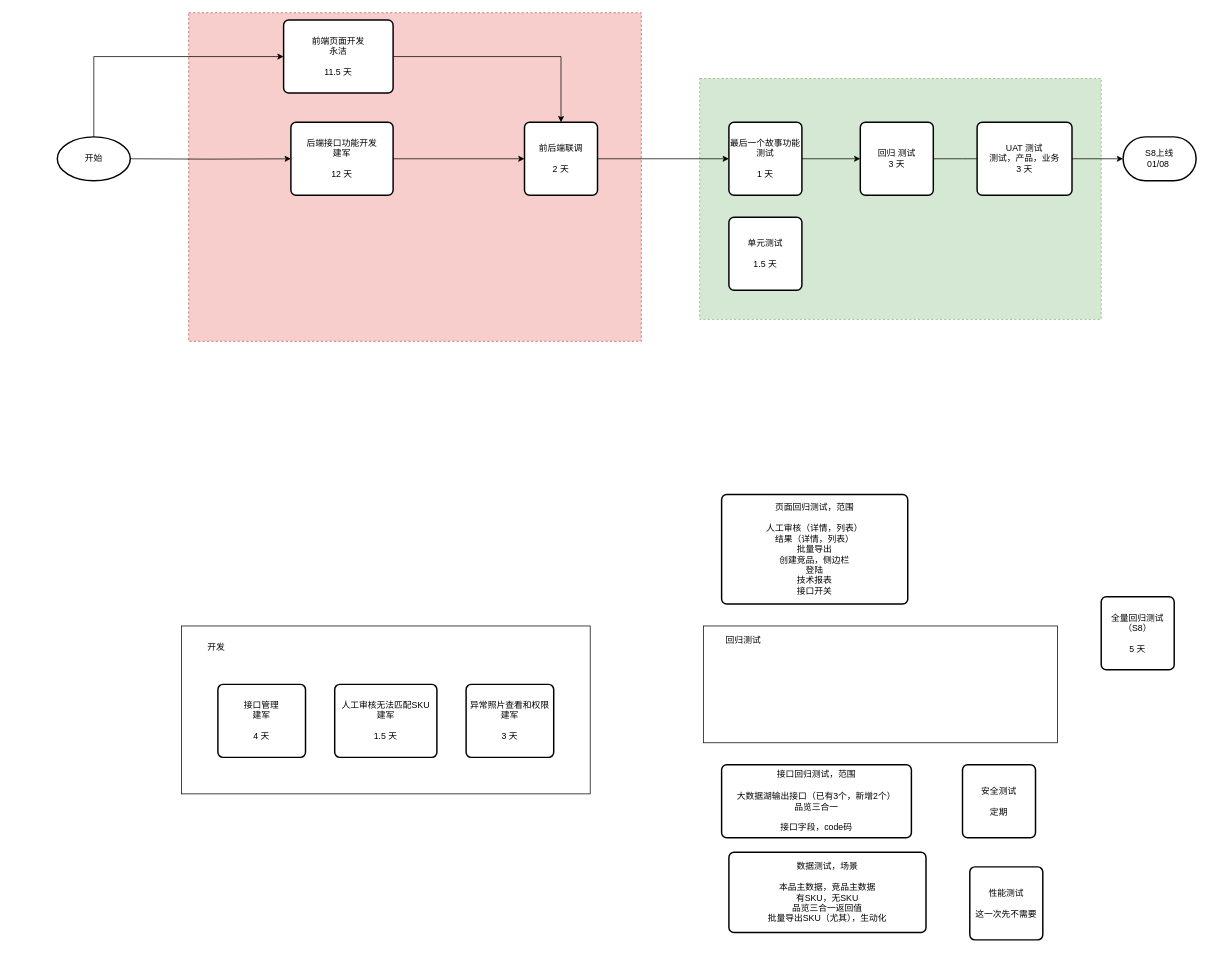
Earlier version of the draw.io diagram page "Copy of 图像中台S8-关键路径" (3 of 3) of Untitled Diagram.drawio (xiaofeng1986/drawIO). Source tidied: cells renumbered, new cells numbered last; positions are measured from the earlier drawing's top-left corner, leaving out a move shared by most shapes. Both pictures are drawn from the tidied source at 73%, with x=0, y=0 at pixel (13, 12).
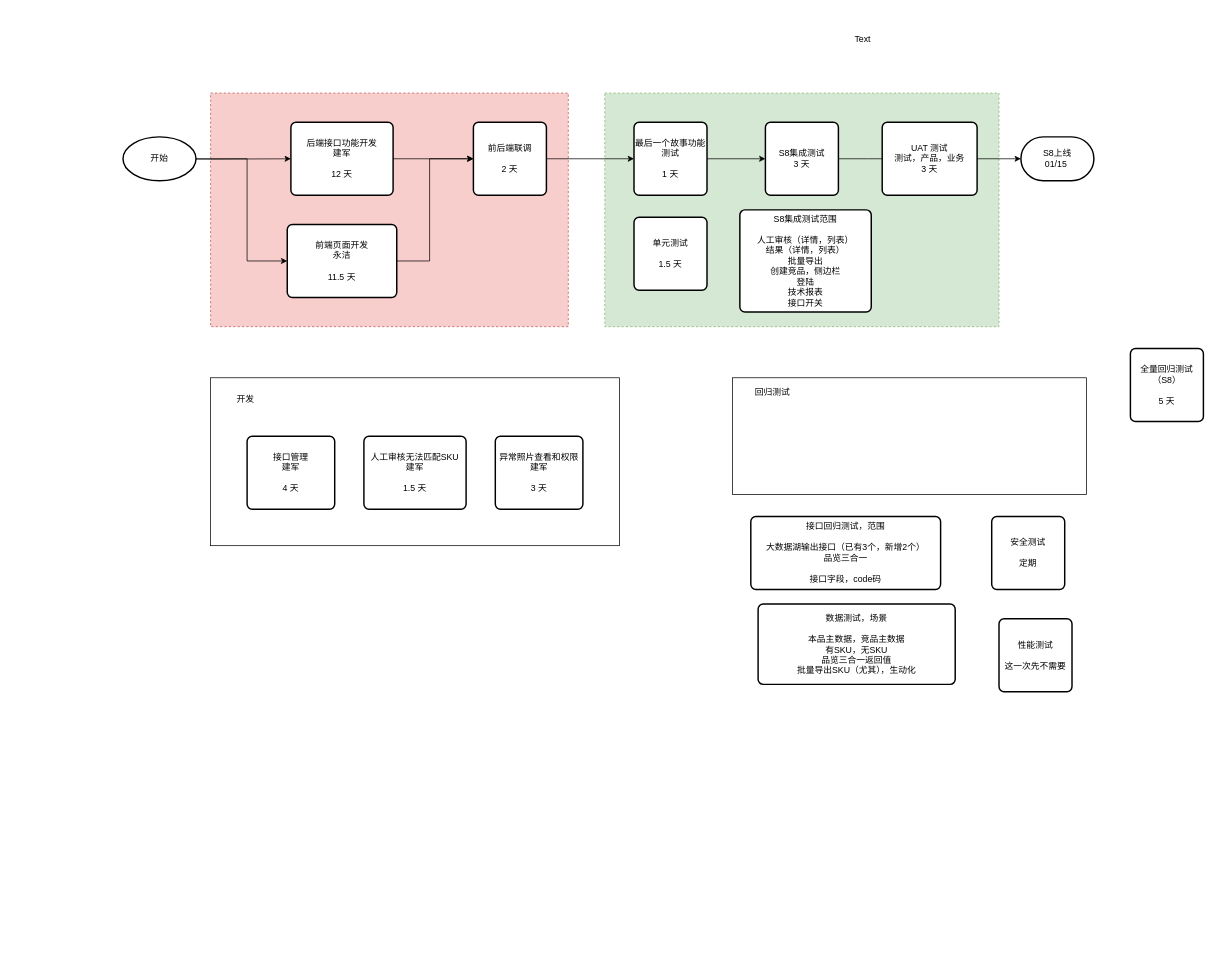
The same page after the edit.

Commit message:
更正S8集成测试范围

The edit, as a diff of the source:
```diff
@@
     <mxCell id="2" style="rounded=0;whiteSpace=wrap;html=1;" parent="1" vertex="1">
-      <mxGeometry x="230" y="840" width="560" height="230" as="geometry" />
+      <mxGeometry x="270" y="500" width="560" height="230" as="geometry" />
     </mxCell>
     <mxCell id="3" style="rounded=0;whiteSpace=wrap;html=1;" parent="1" vertex="1">
-      <mxGeometry x="945" y="840" width="485" height="160" as="geometry" />
+      <mxGeometry x="985" y="500" width="485" height="160" as="geometry" />
     </mxCell>
     <mxCell id="4" style="rounded=0;whiteSpace=wrap;html=1;dashed=1;fillColor=#d5e8d4;strokeColor=#82b366;" parent="1" vertex="1">
-      <mxGeometry x="940" y="90" width="550" height="330" as="geometry" />
+      <mxGeometry x="810" y="110" width="540" height="320" as="geometry" />
     </mxCell>
     <mxCell id="5" style="rounded=0;whiteSpace=wrap;html=1;dashed=1;fillColor=#f8cecc;strokeColor=#b85450;" parent="1" vertex="1">
-      <mxGeometry x="240" width="620" height="450" as="geometry" />
+      <mxGeometry x="270" y="110" width="490" height="320" as="geometry" />
     </mxCell>
@@
-    <mxCell id="7" style="edgeStyle=orthogonalEdgeStyle;rounded=0;jettySize=auto;html=1;entryX=0;entryY=0.5;entryDx=0;entryDy=0;" parent="1" edge="1" target="18">
+    <mxCell id="7" style="edgeStyle=orthogonalEdgeStyle;rounded=0;jettySize=auto;html=1;entryX=0;entryY=0.5;entryDx=0;entryDy=0;exitX=1;exitY=0.5;exitDx=0;exitDy=0;exitPerimeter=0;" parent="1" edge="1" source="22" target="18">
       <mxGeometry relative="1" as="geometry">
-        <mxPoint x="110" y="170" as="sourcePoint" />
         <Array as="points">
-          <mxPoint x="110" y="60" />
+          <mxPoint x="320" y="200" />
+          <mxPoint x="320" y="340" />
         </Array>
       </mxGeometry>
     </mxCell>
@@
     <mxCell id="11" value="前后端联调&lt;br&gt;&lt;br&gt;2 天" style="rounded=1;whiteSpace=wrap;html=1;absoluteArcSize=1;arcSize=14;strokeWidth=2;" parent="1" vertex="1">
-      <mxGeometry x="700" y="150" width="100" height="100" as="geometry" />
+      <mxGeometry x="630" y="150" width="100" height="100" as="geometry" />
     </mxCell>
@@
     <mxCell id="13" value="最后一个故事功能测试&lt;br&gt;&lt;br&gt;1 天" style="rounded=1;whiteSpace=wrap;html=1;absoluteArcSize=1;arcSize=14;strokeWidth=2;" parent="1" vertex="1">
-      <mxGeometry x="980" y="150" width="100" height="100" as="geometry" />
+      <mxGeometry x="850" y="150" width="100" height="100" as="geometry" />
     </mxCell>
     <mxCell id="14" style="edgeStyle=orthogonalEdgeStyle;rounded=0;jettySize=auto;html=1;" parent="1" edge="1" source="15">
       <mxGeometry relative="1" as="geometry">
-        <mxPoint x="1340" y="200" as="targetPoint" />
+        <mxPoint x="1210" y="200" as="targetPoint" />
       </mxGeometry>
     </mxCell>
-    <mxCell id="15" value="回归 测试&lt;br&gt;3 天" style="rounded=1;whiteSpace=wrap;html=1;absoluteArcSize=1;arcSize=14;strokeWidth=2;" parent="1" vertex="1">
-      <mxGeometry x="1160" y="150" width="100" height="100" as="geometry" />
+    <mxCell id="15" value="S8集成测试&lt;br&gt;3 天" style="rounded=1;whiteSpace=wrap;html=1;absoluteArcSize=1;arcSize=14;strokeWidth=2;" parent="1" vertex="1">
+      <mxGeometry x="1030" y="150" width="100" height="100" as="geometry" />
     </mxCell>
     <mxCell id="16" value="全量回归测试（S8）&lt;br&gt;&lt;br&gt;5 天" style="rounded=1;whiteSpace=wrap;html=1;absoluteArcSize=1;arcSize=14;strokeWidth=2;" parent="1" vertex="1">
-      <mxGeometry x="1490" y="800" width="100" height="100" as="geometry" />
+      <mxGeometry x="1530" y="460" width="100" height="100" as="geometry" />
     </mxCell>
-    <mxCell id="17" style="edgeStyle=orthogonalEdgeStyle;rounded=0;jettySize=auto;html=1;entryX=0.5;entryY=0;entryDx=0;entryDy=0;" parent="1" edge="1" source="18" target="11">
-      <mxGeometry relative="1" as="geometry" />
+    <mxCell id="17" style="edgeStyle=orthogonalEdgeStyle;rounded=0;jettySize=auto;html=1;entryX=0;entryY=0.5;entryDx=0;entryDy=0;" parent="1" edge="1" source="18" target="11">
+      <mxGeometry relative="1" as="geometry">
+        <Array as="points">
+          <mxPoint x="570" y="340" />
+          <mxPoint x="570" y="200" />
+        </Array>
+      </mxGeometry>
     </mxCell>
     <mxCell id="18" value="前端页面开发&lt;br&gt;永洁&lt;br&gt;&lt;br&gt;11.5 天" style="rounded=1;whiteSpace=wrap;html=1;absoluteArcSize=1;arcSize=14;strokeWidth=2;" parent="1" vertex="1">
-      <mxGeometry x="370" y="10" width="150" height="100" as="geometry" />
+      <mxGeometry x="375" y="290" width="150" height="100" as="geometry" />
     </mxCell>
-    <mxCell id="19" value="S8上线&lt;br&gt;01/08&amp;nbsp;" style="strokeWidth=2;html=1;shape=mxgraph.flowchart.terminator;whiteSpace=wrap;" parent="1" vertex="1">
-      <mxGeometry x="1520" y="170" width="100" height="60" as="geometry" />
+    <mxCell id="19" value="S8上线&lt;br&gt;01/15&amp;nbsp;" style="strokeWidth=2;html=1;shape=mxgraph.flowchart.terminator;whiteSpace=wrap;" parent="1" vertex="1">
+      <mxGeometry x="1380" y="170" width="100" height="60" as="geometry" />
     </mxCell>
     <mxCell id="20" style="strokeWidth=2;html=1;shape=mxgraph.flowchart.start_1;whiteSpace=wrap;opacity=0;" parent="1" vertex="1">
-      <mxGeometry x="60" y="170" width="100" height="60" as="geometry" />
+      <mxGeometry x="100" y="170" width="100" height="60" as="geometry" />
     </mxCell>
@@
     <mxCell id="22" value="开始" style="strokeWidth=2;html=1;shape=mxgraph.flowchart.start_1;whiteSpace=wrap;" parent="1" vertex="1">
-      <mxGeometry x="60" y="170" width="100" height="60" as="geometry" />
+      <mxGeometry x="150" y="170" width="100" height="60" as="geometry" />
     </mxCell>
     <mxCell id="23" value="性能测试&lt;br&gt;&lt;br&gt;这一次先不需要" style="rounded=1;whiteSpace=wrap;html=1;absoluteArcSize=1;arcSize=14;strokeWidth=2;" parent="1" vertex="1">
-      <mxGeometry x="1310" y="1170" width="100" height="100" as="geometry" />
+      <mxGeometry x="1350" y="830" width="100" height="100" as="geometry" />
     </mxCell>
     <mxCell id="24" value="安全测试&lt;br&gt;&lt;br&gt;定期" style="rounded=1;whiteSpace=wrap;html=1;absoluteArcSize=1;arcSize=14;strokeWidth=2;" parent="1" vertex="1">
-      <mxGeometry x="1300" y="1030" width="100" height="100" as="geometry" />
+      <mxGeometry x="1340" y="690" width="100" height="100" as="geometry" />
     </mxCell>
     <mxCell id="25" value="单元测试&lt;br&gt;&lt;br&gt;1.5 天" style="rounded=1;whiteSpace=wrap;html=1;absoluteArcSize=1;arcSize=14;strokeWidth=2;" parent="1" vertex="1">
-      <mxGeometry x="980" y="280" width="100" height="100" as="geometry" />
+      <mxGeometry x="850" y="280" width="100" height="100" as="geometry" />
     </mxCell>
     <mxCell id="26" value="接口管理&lt;br&gt;建军&lt;br&gt;&lt;br&gt;4 天" style="rounded=1;whiteSpace=wrap;html=1;absoluteArcSize=1;arcSize=14;strokeWidth=2;" parent="1" vertex="1">
-      <mxGeometry x="280" y="920" width="120" height="100" as="geometry" />
+      <mxGeometry x="320" y="580" width="120" height="100" as="geometry" />
     </mxCell>
     <mxCell id="27" value="人工审核无法匹配SKU&lt;br&gt;建军&lt;br&gt;&lt;br&gt;1.5 天" style="rounded=1;whiteSpace=wrap;html=1;absoluteArcSize=1;arcSize=14;strokeWidth=2;" parent="1" vertex="1">
-      <mxGeometry x="440" y="920" width="140" height="100" as="geometry" />
+      <mxGeometry x="480" y="580" width="140" height="100" as="geometry" />
     </mxCell>
     <mxCell id="28" value="异常照片查看和权限&lt;br&gt;建军&lt;br&gt;&lt;br&gt;3 天" style="rounded=1;whiteSpace=wrap;html=1;absoluteArcSize=1;arcSize=14;strokeWidth=2;" parent="1" vertex="1">
-      <mxGeometry x="620" y="920" width="120" height="100" as="geometry" />
+      <mxGeometry x="660" y="580" width="120" height="100" as="geometry" />
     </mxCell>
-    <mxCell id="29" value="页面回归测试，范围&lt;br&gt;&lt;br&gt;人工审核（详情，列表）&lt;br&gt;结果（详情，列表）&lt;br&gt;批量导出&lt;br&gt;创建竞品，侧边栏&lt;br&gt;登陆&lt;br&gt;技术报表&lt;br&gt;接口开关" style="rounded=1;whiteSpace=wrap;html=1;absoluteArcSize=1;arcSize=14;strokeWidth=2;" parent="1" vertex="1">
-      <mxGeometry x="970" y="660" width="255" height="150" as="geometry" />
+    <mxCell id="29" value="S8集成测试范围&lt;br&gt;&lt;br&gt;人工审核（详情，列表）&lt;br&gt;结果（详情，列表）&lt;br&gt;批量导出&lt;br&gt;创建竞品，侧边栏&lt;br&gt;登陆&lt;br&gt;技术报表&lt;br&gt;接口开关" style="rounded=1;whiteSpace=wrap;html=1;absoluteArcSize=1;arcSize=14;strokeWidth=2;" parent="1" vertex="1">
+      <mxGeometry x="995" y="270" width="180" height="140" as="geometry" />
     </mxCell>
     <mxCell id="30" value="接口回归测试，范围&lt;br&gt;&lt;br&gt;大数据湖输出接口（已有3个，新增2个）&lt;br&gt;品览三合一&lt;br&gt;&lt;br&gt;接口字段，code码" style="rounded=1;whiteSpace=wrap;html=1;absoluteArcSize=1;arcSize=14;strokeWidth=2;" parent="1" vertex="1">
-      <mxGeometry x="970" y="1030" width="260" height="100" as="geometry" />
+      <mxGeometry x="1010" y="690" width="260" height="100" as="geometry" />
     </mxCell>
     <mxCell id="31" value="回归测试" style="text;html=1;strokeColor=none;fillColor=none;align=center;verticalAlign=middle;whiteSpace=wrap;rounded=0;" parent="1" vertex="1">
-      <mxGeometry x="960" y="850" width="80" height="20" as="geometry" />
+      <mxGeometry x="1000" y="510" width="80" height="20" as="geometry" />
     </mxCell>
     <mxCell id="32" value="开发" style="text;html=1;strokeColor=none;fillColor=none;align=center;verticalAlign=middle;whiteSpace=wrap;rounded=0;" parent="1" vertex="1">
-      <mxGeometry x="238" y="860" width="80" height="20" as="geometry" />
+      <mxGeometry x="278" y="520" width="80" height="20" as="geometry" />
     </mxCell>
     <mxCell id="33" value="数据测试，场景&lt;br&gt;&lt;br&gt;本品主数据，竞品主数据&lt;br&gt;有SKU，无SKU&lt;br&gt;品览三合一返回值&lt;br&gt;批量导出SKU（尤其），生动化" style="rounded=1;whiteSpace=wrap;html=1;absoluteArcSize=1;arcSize=14;strokeWidth=2;" parent="1" vertex="1">
-      <mxGeometry x="980" y="1150" width="270" height="110" as="geometry" />
+      <mxGeometry x="1020" y="810" width="270" height="110" as="geometry" />
     </mxCell>
@@
     <mxCell id="35" value="UAT 测试&lt;br&gt;测试，产品，业务&lt;br&gt;3 天" style="rounded=1;whiteSpace=wrap;html=1;absoluteArcSize=1;arcSize=14;strokeWidth=2;" parent="1" vertex="1">
-      <mxGeometry x="1320" y="150" width="130" height="100" as="geometry" />
+      <mxGeometry x="1190" y="150" width="130" height="100" as="geometry" />
     </mxCell>
+    <mxCell id="36" value="Text" style="text;html=1;align=center;verticalAlign=middle;" parent="1" vertex="1">
+      <mxGeometry x="1143" y="27" width="40" height="20" as="geometry" />
+    </mxCell>
```
